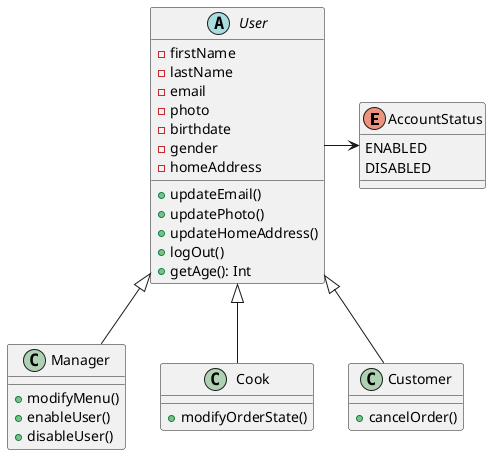
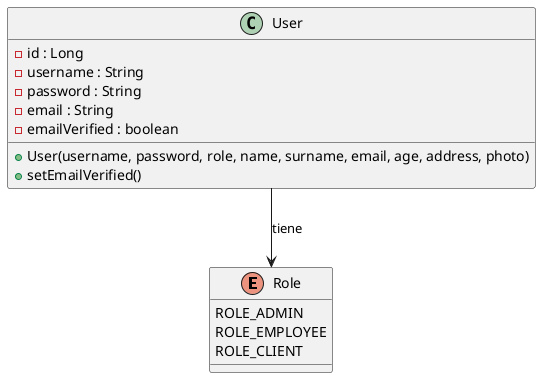
@startuml
- 'https://plantuml.com/class-diagram

- enum AccountStatus {
- ENABLED
- DISABLED
+ enum Role {
+   ROLE_ADMIN
+   ROLE_EMPLOYEE
+   ROLE_CLIENT
}

- User -> AccountStatus
+ class User {
+     - id : Long
+     - username : String
+     - password : String
+     - email : String
+     - emailVerified : boolean

- abstract class User {
-     - firstName
-     - lastName
-     - email
-     - photo
-     - birthdate
-     - gender
-     - homeAddress
-     + updateEmail()
-     + updatePhoto()
-     + updateHomeAddress()
-     + logOut()
-     + getAge(): Int
+     + User(username, password, role, name, surname, email, age, address, photo)
+     + setEmailVerified()
}

- class Manager {
-     + modifyMenu()
-     + enableUser()
-     + disableUser()
- }
+ User --> Role : tiene

- class Cook {
-     + modifyOrderState()
- }
- 
- class Customer {
-     + cancelOrder()
- }
- 
- User <|-- Manager
- User <|-- Cook
- User <|-- Customer
- 
- @enduml+ @enduml
